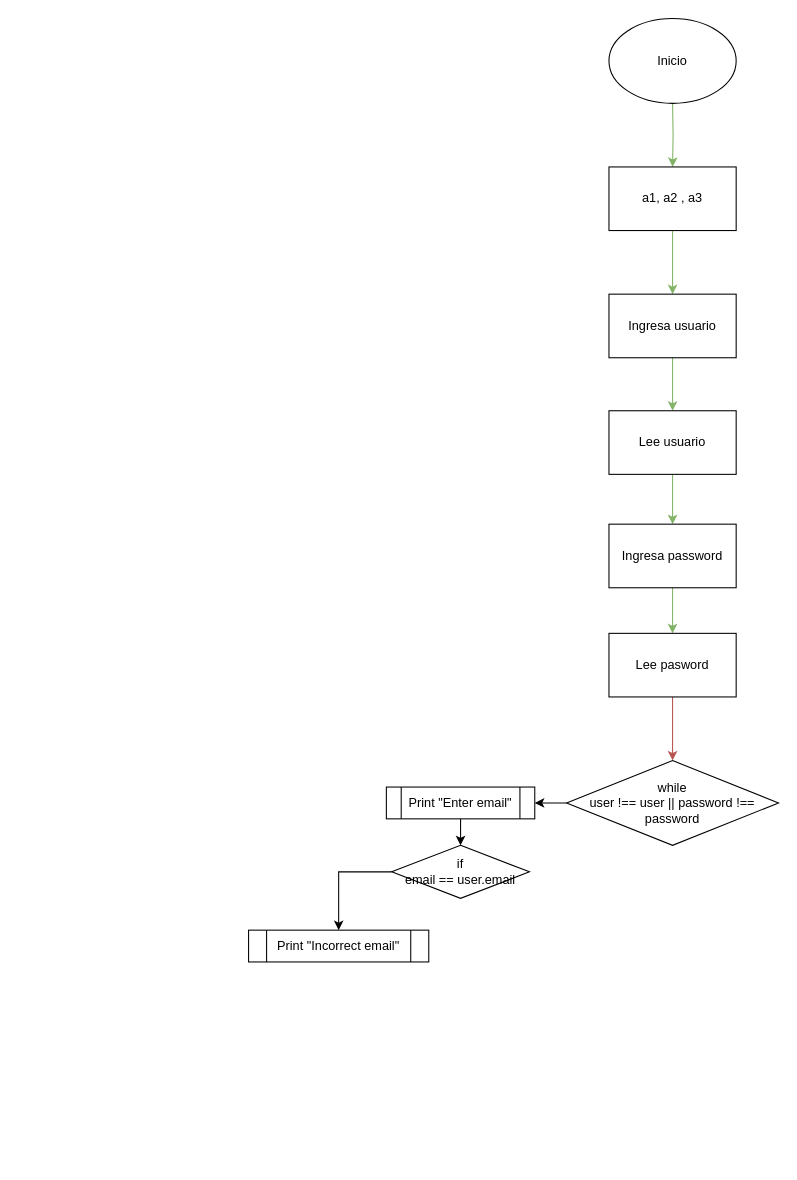
Before: Diagrama sin título.drawio in VictorJ-Ch/Cafeteria-Menu, a draw.io diagram. Source tidied: cells renumbered, new cells numbered last; positions are measured from the earlier drawing's top-left corner, leaving out a move shared by most shapes. Both pictures are drawn from the tidied source at 106%, with x=0, y=0 at pixel (248, 18).
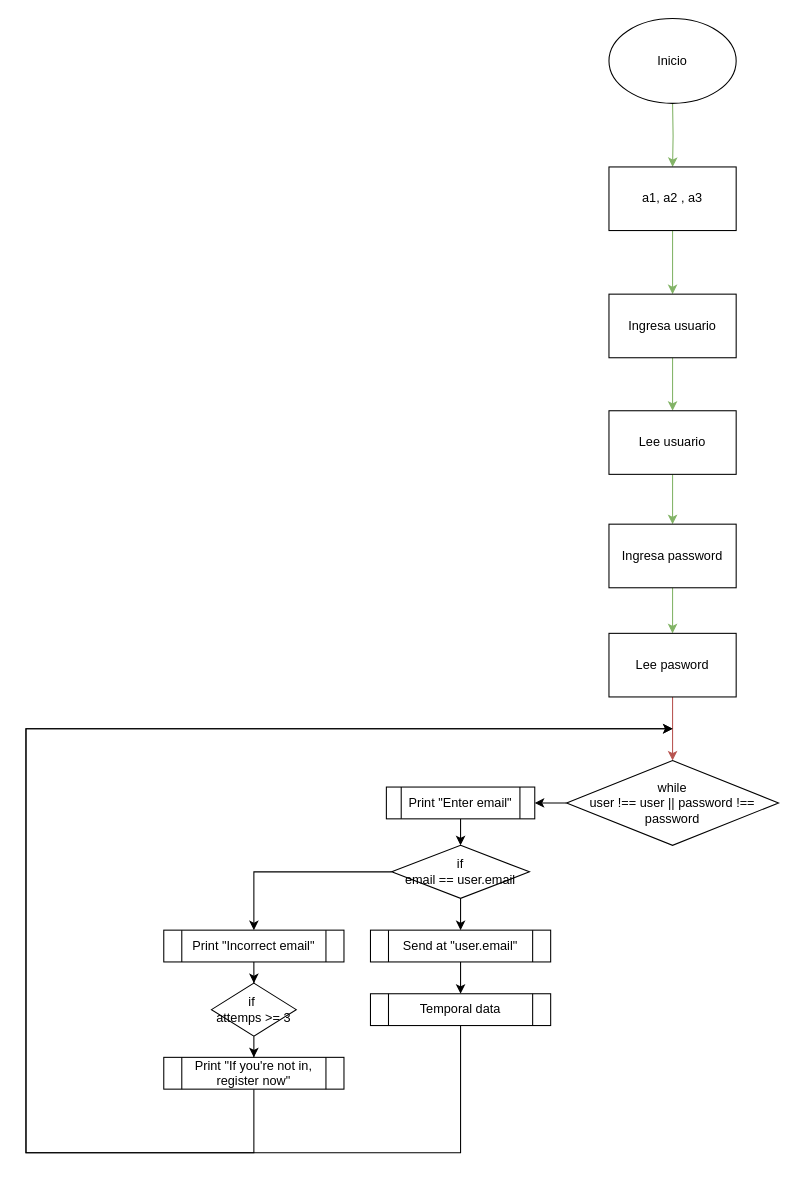
Above is the later version.

The change refers to these unchanged cells:
```xml
<mxCell id="17" value="if&lt;br&gt;email == user.email" style="rhombus;whiteSpace=wrap;html=1;" parent="1" vertex="1">
  <mxGeometry x="135" y="780" width="130" height="50" as="geometry" />
</mxCell>
```

Change to the diagram source:
```diff
@@
+    <mxCell id="21" style="edgeStyle=orthogonalEdgeStyle;rounded=0;jettySize=auto;html=1;" parent="1" edge="1" source="17" target="28">
+      <mxGeometry relative="1" as="geometry" />
+    </mxCell>
@@
+    <mxCell id="22" style="edgeStyle=orthogonalEdgeStyle;rounded=0;jettySize=auto;html=1;entryX=0.5;entryY=0;entryDx=0;entryDy=0;" parent="1" edge="1" source="18" target="26">
+      <mxGeometry relative="1" as="geometry" />
+    </mxCell>
     <mxCell id="18" value="Print &quot;Incorrect email&quot;" style="shape=process;whiteSpace=wrap;html=1;backgroundOutline=1;" parent="1" vertex="1">
-      <mxGeometry y="860" width="170" height="30" as="geometry" />
+      <mxGeometry x="-80" y="860" width="170" height="30" as="geometry" />
     </mxCell>
@@
+    <mxCell id="23" style="edgeStyle=orthogonalEdgeStyle;rounded=0;jettySize=auto;html=1;exitX=0.5;exitY=1;exitDx=0;exitDy=0;" parent="1" edge="1" source="24">
+      <mxGeometry relative="1" as="geometry">
+        <mxPoint x="400" y="670" as="targetPoint" />
+        <Array as="points">
+          <mxPoint x="5" y="1070" />
+          <mxPoint x="-210" y="1070" />
+          <mxPoint x="-210" y="670" />
+        </Array>
+      </mxGeometry>
+    </mxCell>
@@
+    <mxCell id="24" value="Print &quot;If you're not in, register now&quot;" style="shape=process;whiteSpace=wrap;html=1;backgroundOutline=1;" parent="1" vertex="1">
+      <mxGeometry x="-80" y="980" width="170" height="30" as="geometry" />
+    </mxCell>
+    <mxCell id="25" style="edgeStyle=orthogonalEdgeStyle;rounded=0;jettySize=auto;html=1;entryX=0.5;entryY=0;entryDx=0;entryDy=0;" parent="1" edge="1" source="26" target="24">
+      <mxGeometry relative="1" as="geometry" />
+    </mxCell>
+    <mxCell id="26" value="if&amp;nbsp;&lt;br&gt;attemps &amp;gt;= 3" style="rhombus;whiteSpace=wrap;html=1;" parent="1" vertex="1">
+      <mxGeometry x="-35" y="910" width="80" height="50" as="geometry" />
+    </mxCell>
+    <mxCell id="27" style="edgeStyle=orthogonalEdgeStyle;rounded=0;jettySize=auto;html=1;entryX=0.5;entryY=0;entryDx=0;entryDy=0;" parent="1" edge="1" source="28" target="30">
+      <mxGeometry relative="1" as="geometry" />
+    </mxCell>
+    <mxCell id="28" value="Send at &quot;user.email&quot;" style="shape=process;whiteSpace=wrap;html=1;backgroundOutline=1;" parent="1" vertex="1">
+      <mxGeometry x="115" y="860" width="170" height="30" as="geometry" />
+    </mxCell>
+    <mxCell id="29" style="edgeStyle=orthogonalEdgeStyle;rounded=0;jettySize=auto;html=1;exitX=0.5;exitY=1;exitDx=0;exitDy=0;" parent="1" edge="1" source="30">
+      <mxGeometry relative="1" as="geometry">
+        <mxPoint x="400" y="670" as="targetPoint" />
+        <Array as="points">
+          <mxPoint x="200" y="1070" />
+          <mxPoint x="-210" y="1070" />
+          <mxPoint x="-210" y="670" />
+        </Array>
+      </mxGeometry>
+    </mxCell>
+    <mxCell id="30" value="Temporal data" style="shape=process;whiteSpace=wrap;html=1;backgroundOutline=1;" parent="1" vertex="1">
+      <mxGeometry x="115" y="920" width="170" height="30" as="geometry" />
+    </mxCell>
```
